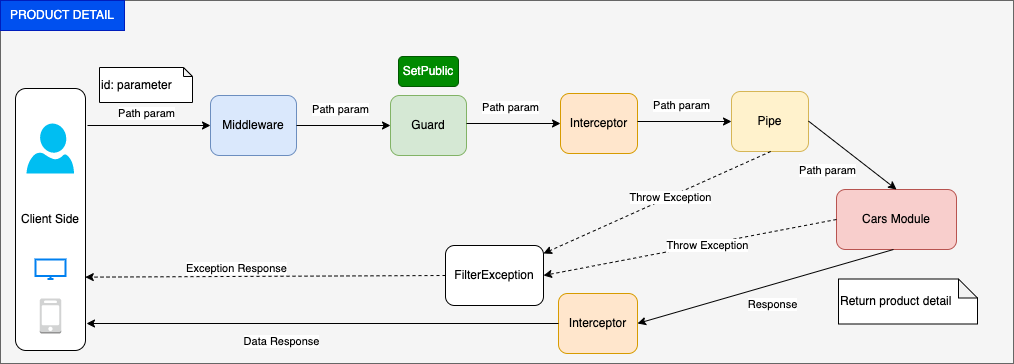
This is ProductDetail.drawio.png from vnbrew/quynd-car-rent-nestjs, a draw.io export, as it was before one commit. Source tidied: cells renumbered, new cells last; positions are measured from the earlier drawing's top-left corner, leaving out a move shared by most shapes. Source of this version:
```xml
<mxGraphModel shadow="1">
  <root>
    <mxCell id="0" />
    <mxCell id="1" parent="0" />
    <mxCell id="2" style="edgeStyle=none;html=1;exitX=0.5;exitY=1;exitDx=0;exitDy=0;entryX=0.5;entryY=0;entryDx=0;entryDy=0;rounded=1;strokeColor=#FF9999;" parent="1" edge="1">
      <mxGeometry relative="1" as="geometry">
        <mxPoint x="191" as="targetPoint" />
      </mxGeometry>
    </mxCell>
    <mxCell id="3" style="whiteSpace=wrap;html=1;align=center;newEdgeStyle={&quot;edgeStyle&quot;:&quot;elbowEdgeStyle&quot;,&quot;startArrow&quot;:&quot;none&quot;,&quot;endArrow&quot;:&quot;none&quot;};fillColor=#f5f5f5;fontColor=#333333;strokeColor=#666666;" parent="1" vertex="1">
      <mxGeometry y="1" width="1013" height="363" as="geometry" />
    </mxCell>
    <mxCell id="4" value="Client Side" style="rounded=1;whiteSpace=wrap;html=1;" parent="1" vertex="1">
      <mxGeometry x="15" y="89" width="70" height="262" as="geometry" />
    </mxCell>
    <mxCell id="5" value="Path param" style="endArrow=classic;html=1;rounded=0;entryX=0;entryY=0.5;entryDx=0;entryDy=0;" parent="1" edge="1" target="6">
      <mxGeometry x="-0.04" y="12" relative="1" as="geometry">
        <mxPoint x="87" y="126" as="sourcePoint" />
      </mxGeometry>
    </mxCell>
    <mxCell id="6" value="Middleware" style="rounded=1;whiteSpace=wrap;html=1;fillColor=#dae8fc;strokeColor=#6c8ebf;" parent="1" vertex="1">
      <mxGeometry x="210" y="96" width="86" height="60" as="geometry" />
    </mxCell>
    <mxCell id="7" value="Guard" style="rounded=1;whiteSpace=wrap;html=1;fillColor=#d5e8d4;strokeColor=#82b366;" parent="1" vertex="1">
      <mxGeometry x="390" y="96" width="76" height="60" as="geometry" />
    </mxCell>
    <mxCell id="8" value="Path param" style="endArrow=classic;html=1;rounded=0;exitX=1;exitY=0.5;exitDx=0;exitDy=0;entryX=0;entryY=0.5;entryDx=0;entryDy=0;" parent="1" edge="1" source="6" target="7">
      <mxGeometry x="-0.06" y="17" relative="1" as="geometry">
        <mxPoint y="1" as="offset" />
      </mxGeometry>
    </mxCell>
    <mxCell id="9" value="Interceptor" style="rounded=1;whiteSpace=wrap;html=1;fillColor=#ffe6cc;strokeColor=#d79b00;" parent="1" vertex="1">
      <mxGeometry x="560" y="94" width="77" height="60" as="geometry" />
    </mxCell>
    <mxCell id="10" value="Path param" style="endArrow=classic;html=1;rounded=0;exitX=1;exitY=0.5;exitDx=0;exitDy=0;entryX=0;entryY=0.5;entryDx=0;entryDy=0;" parent="1" edge="1" target="9">
      <mxGeometry x="-0.06" y="17" relative="1" as="geometry">
        <mxPoint x="466" y="124" as="sourcePoint" />
        <mxPoint y="1" as="offset" />
      </mxGeometry>
    </mxCell>
    <mxCell id="11" value="Pipe" style="rounded=1;whiteSpace=wrap;html=1;fillColor=#fff2cc;strokeColor=#d6b656;" parent="1" vertex="1">
      <mxGeometry x="731" y="92" width="77" height="60" as="geometry" />
    </mxCell>
    <mxCell id="12" value="Path param" style="endArrow=classic;html=1;rounded=0;exitX=1;exitY=0.5;exitDx=0;exitDy=0;entryX=0;entryY=0.5;entryDx=0;entryDy=0;" parent="1" edge="1" target="11">
      <mxGeometry x="-0.06" y="17" relative="1" as="geometry">
        <mxPoint x="637" y="122" as="sourcePoint" />
        <mxPoint y="1" as="offset" />
      </mxGeometry>
    </mxCell>
    <mxCell id="13" value="Cars Module" style="rounded=1;whiteSpace=wrap;html=1;fillColor=#f8cecc;strokeColor=#b85450;" parent="1" vertex="1">
      <mxGeometry x="836" y="190" width="120" height="60" as="geometry" />
    </mxCell>
    <mxCell id="14" value="Interceptor" style="rounded=1;whiteSpace=wrap;html=1;fillColor=#ffe6cc;strokeColor=#d79b00;" parent="1" vertex="1">
      <mxGeometry x="558" y="294" width="79" height="60" as="geometry" />
    </mxCell>
    <mxCell id="15" value="Path param" style="endArrow=classic;html=1;rounded=0;exitX=1;exitY=0.5;exitDx=0;exitDy=0;entryX=0.5;entryY=0;entryDx=0;entryDy=0;" parent="1" edge="1" target="13">
      <mxGeometry x="-0.19" y="-27" relative="1" as="geometry">
        <mxPoint x="808" y="121.6" as="sourcePoint" />
      </mxGeometry>
    </mxCell>
    <mxCell id="16" value="Response" style="endArrow=classic;html=1;rounded=0;exitX=1;exitY=0.5;exitDx=0;exitDy=0;entryX=1;entryY=0.5;entryDx=0;entryDy=0;" parent="1" edge="1" target="14">
      <mxGeometry x="-0.02" y="19" relative="1" as="geometry">
        <mxPoint x="893" y="250" as="sourcePoint" />
      </mxGeometry>
    </mxCell>
    <mxCell id="17" value="FilterException" style="rounded=1;whiteSpace=wrap;html=1;" parent="1" vertex="1">
      <mxGeometry x="445" y="246" width="98" height="60" as="geometry" />
    </mxCell>
    <mxCell id="18" value="Data Response" style="endArrow=classic;html=1;rounded=0;exitX=0;exitY=0.5;exitDx=0;exitDy=0;" parent="1" edge="1" source="14">
      <mxGeometry x="0.17" y="18" relative="1" as="geometry">
        <mxPoint x="86" y="324" as="targetPoint" />
      </mxGeometry>
    </mxCell>
    <mxCell id="19" value="Exception Response" style="endArrow=classic;html=1;rounded=0;dashed=1;exitX=0;exitY=0.5;exitDx=0;exitDy=0;entryX=0.997;entryY=0.72;entryDx=0;entryDy=0;entryPerimeter=0;" parent="1" edge="1" source="17" target="4">
      <mxGeometry x="0.16" y="-8" relative="1" as="geometry" />
    </mxCell>
    <mxCell id="20" value="Throw Exception" style="endArrow=classic;html=1;rounded=0;dashed=1;exitX=0.5;exitY=1;exitDx=0;exitDy=0;" parent="1" edge="1" target="17">
      <mxGeometry x="-0.11" y="1" relative="1" as="geometry">
        <mxPoint x="770.2" y="152" as="sourcePoint" />
      </mxGeometry>
    </mxCell>
    <mxCell id="21" value="Throw Exception" style="endArrow=classic;html=1;rounded=0;dashed=1;exitX=0;exitY=0.5;exitDx=0;exitDy=0;entryX=1;entryY=0.5;entryDx=0;entryDy=0;" parent="1" edge="1" source="13" target="17">
      <mxGeometry x="-0.11" y="1" relative="1" as="geometry" />
    </mxCell>
    <mxCell id="22" style="verticalLabelPosition=bottom;html=1;verticalAlign=top;align=center;strokeColor=none;fillColor=#00BEF2;shape=mxgraph.azure.user;" parent="1" vertex="1">
      <mxGeometry x="26" y="124" width="47.5" height="50" as="geometry" />
    </mxCell>
    <mxCell id="23" style="html=1;verticalLabelPosition=bottom;align=center;labelBackgroundColor=#ffffff;verticalAlign=top;strokeWidth=2;strokeColor=#0080F0;shadow=0;dashed=0;shape=mxgraph.ios7.icons.monitor;" parent="1" vertex="1">
      <mxGeometry x="35" y="260" width="30" height="19.5" as="geometry" />
    </mxCell>
    <mxCell id="24" style="dashed=0;verticalLabelPosition=bottom;verticalAlign=top;align=center;html=1;shape=mxgraph.aws3.mobile_client;fillColor=#D2D3D3;gradientColor=none;" parent="1" vertex="1">
      <mxGeometry x="39.2" y="299" width="21.5" height="35" as="geometry" />
    </mxCell>
    <mxCell id="25" value="SetPublic" style="text;html=1;align=center;verticalAlign=middle;whiteSpace=wrap;rounded=1;fillColor=#008a00;fontColor=#ffffff;strokeColor=#005700;" parent="1" vertex="1">
      <mxGeometry x="398" y="57" width="60" height="30" as="geometry" />
    </mxCell>
    <mxCell id="26" value="PRODUCT DETAIL" style="text;html=1;strokeColor=#001DBC;fillColor=#0050ef;align=center;verticalAlign=middle;whiteSpace=wrap;rounded=0;fontColor=#ffffff;" parent="1" vertex="1">
      <mxGeometry y="1" width="124" height="30" as="geometry" />
    </mxCell>
    <mxCell id="27" value="Return product detail" style="shape=note;whiteSpace=wrap;html=1;backgroundOutline=1;darkOpacity=0.05;align=left;size=19;" parent="1" vertex="1">
      <mxGeometry x="838" y="279.5" width="139" height="45" as="geometry" />
    </mxCell>
    <mxCell id="28" value="id: parameter" style="shape=note;whiteSpace=wrap;html=1;backgroundOutline=1;darkOpacity=0.05;align=left;size=9;" parent="1" vertex="1">
      <mxGeometry x="99" y="68" width="93" height="35" as="geometry" />
    </mxCell>
  </root>
</mxGraphModel>
```
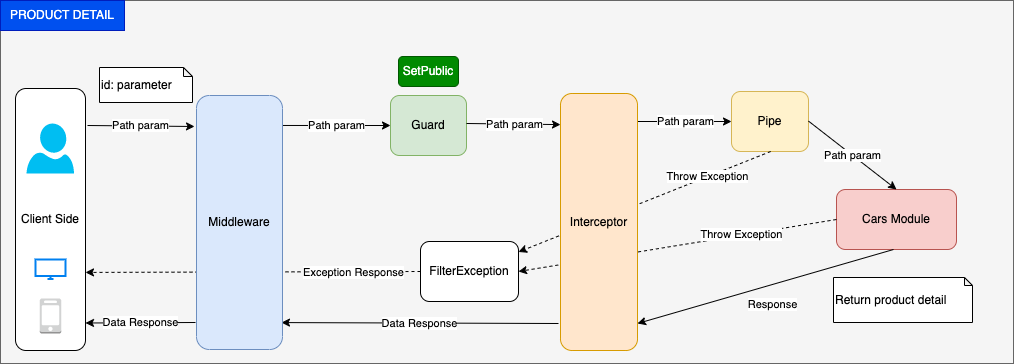
After the change.

The edit, as a diff of the source:
```diff
@@ -13,74 +13,62 @@
     <mxCell id="4" value="Client Side" style="rounded=1;whiteSpace=wrap;html=1;" parent="1" vertex="1">
       <mxGeometry x="15" y="89" width="70" height="262" as="geometry" />
     </mxCell>
-    <mxCell id="5" value="Path param" style="endArrow=classic;html=1;rounded=0;entryX=0;entryY=0.5;entryDx=0;entryDy=0;" parent="1" edge="1" target="6">
-      <mxGeometry x="-0.04" y="12" relative="1" as="geometry">
+    <mxCell id="5" value="Path param" style="endArrow=classic;html=1;rounded=0;entryX=-0.023;entryY=0.122;entryDx=0;entryDy=0;entryPerimeter=0;" parent="1" edge="1" target="6">
+      <mxGeometry x="-0.01" relative="1" as="geometry">
         <mxPoint x="87" y="126" as="sourcePoint" />
       </mxGeometry>
     </mxCell>
-    <mxCell id="6" value="Middleware" style="rounded=1;whiteSpace=wrap;html=1;fillColor=#dae8fc;strokeColor=#6c8ebf;" parent="1" vertex="1">
-      <mxGeometry x="210" y="96" width="86" height="60" as="geometry" />
-    </mxCell>
     <mxCell id="7" value="Guard" style="rounded=1;whiteSpace=wrap;html=1;fillColor=#d5e8d4;strokeColor=#82b366;" parent="1" vertex="1">
       <mxGeometry x="390" y="96" width="76" height="60" as="geometry" />
     </mxCell>
-    <mxCell id="8" value="Path param" style="endArrow=classic;html=1;rounded=0;exitX=1;exitY=0.5;exitDx=0;exitDy=0;entryX=0;entryY=0.5;entryDx=0;entryDy=0;" parent="1" edge="1" source="6" target="7">
-      <mxGeometry x="-0.06" y="17" relative="1" as="geometry">
-        <mxPoint y="1" as="offset" />
-      </mxGeometry>
+    <mxCell id="8" value="Path param" style="endArrow=classic;html=1;rounded=0;entryX=0;entryY=0.5;entryDx=0;entryDy=0;exitX=0.988;exitY=0.118;exitDx=0;exitDy=0;exitPerimeter=0;" parent="1" edge="1" source="6" target="7">
+      <mxGeometry relative="1" as="geometry" />
     </mxCell>
-    <mxCell id="9" value="Interceptor" style="rounded=1;whiteSpace=wrap;html=1;fillColor=#ffe6cc;strokeColor=#d79b00;" parent="1" vertex="1">
-      <mxGeometry x="560" y="94" width="77" height="60" as="geometry" />
-    </mxCell>
-    <mxCell id="10" value="Path param" style="endArrow=classic;html=1;rounded=0;exitX=1;exitY=0.5;exitDx=0;exitDy=0;entryX=0;entryY=0.5;entryDx=0;entryDy=0;" parent="1" edge="1" target="9">
-      <mxGeometry x="-0.06" y="17" relative="1" as="geometry">
+    <mxCell id="10" value="Path param" style="endArrow=classic;html=1;rounded=0;exitX=1;exitY=0.5;exitDx=0;exitDy=0;entryX=0;entryY=0.121;entryDx=0;entryDy=0;entryPerimeter=0;" parent="1" edge="1" target="9">
+      <mxGeometry x="0.02" relative="1" as="geometry">
         <mxPoint x="466" y="124" as="sourcePoint" />
-        <mxPoint y="1" as="offset" />
       </mxGeometry>
     </mxCell>
     <mxCell id="11" value="Pipe" style="rounded=1;whiteSpace=wrap;html=1;fillColor=#fff2cc;strokeColor=#d6b656;" parent="1" vertex="1">
       <mxGeometry x="731" y="92" width="77" height="60" as="geometry" />
     </mxCell>
     <mxCell id="12" value="Path param" style="endArrow=classic;html=1;rounded=0;exitX=1;exitY=0.5;exitDx=0;exitDy=0;entryX=0;entryY=0.5;entryDx=0;entryDy=0;" parent="1" edge="1" target="11">
-      <mxGeometry x="-0.06" y="17" relative="1" as="geometry">
+      <mxGeometry x="0.02" relative="1" as="geometry">
         <mxPoint x="637" y="122" as="sourcePoint" />
-        <mxPoint y="1" as="offset" />
       </mxGeometry>
     </mxCell>
     <mxCell id="13" value="Cars Module" style="rounded=1;whiteSpace=wrap;html=1;fillColor=#f8cecc;strokeColor=#b85450;" parent="1" vertex="1">
       <mxGeometry x="836" y="190" width="120" height="60" as="geometry" />
     </mxCell>
-    <mxCell id="14" value="Interceptor" style="rounded=1;whiteSpace=wrap;html=1;fillColor=#ffe6cc;strokeColor=#d79b00;" parent="1" vertex="1">
-      <mxGeometry x="558" y="294" width="79" height="60" as="geometry" />
-    </mxCell>
     <mxCell id="15" value="Path param" style="endArrow=classic;html=1;rounded=0;exitX=1;exitY=0.5;exitDx=0;exitDy=0;entryX=0.5;entryY=0;entryDx=0;entryDy=0;" parent="1" edge="1" target="13">
-      <mxGeometry x="-0.19" y="-27" relative="1" as="geometry">
+      <mxGeometry relative="1" as="geometry">
         <mxPoint x="808" y="121.6" as="sourcePoint" />
       </mxGeometry>
     </mxCell>
-    <mxCell id="16" value="Response" style="endArrow=classic;html=1;rounded=0;exitX=1;exitY=0.5;exitDx=0;exitDy=0;entryX=1;entryY=0.5;entryDx=0;entryDy=0;" parent="1" edge="1" target="14">
+    <mxCell id="16" value="Response" style="endArrow=classic;html=1;rounded=0;exitX=1;exitY=0.5;exitDx=0;exitDy=0;entryX=1;entryY=0.5;entryDx=0;entryDy=0;" parent="1" edge="1">
       <mxGeometry x="-0.02" y="19" relative="1" as="geometry">
         <mxPoint x="893" y="250" as="sourcePoint" />
+        <mxPoint x="637" y="324" as="targetPoint" />
       </mxGeometry>
     </mxCell>
     <mxCell id="17" value="FilterException" style="rounded=1;whiteSpace=wrap;html=1;" parent="1" vertex="1">
-      <mxGeometry x="445" y="246" width="98" height="60" as="geometry" />
+      <mxGeometry x="420" y="242" width="98" height="60" as="geometry" />
     </mxCell>
-    <mxCell id="18" value="Data Response" style="endArrow=classic;html=1;rounded=0;exitX=0;exitY=0.5;exitDx=0;exitDy=0;" parent="1" edge="1" source="14">
-      <mxGeometry x="0.17" y="18" relative="1" as="geometry">
-        <mxPoint x="86" y="324" as="targetPoint" />
+    <mxCell id="18" value="Data Response" style="endArrow=classic;html=1;rounded=0;exitX=0;exitY=0.5;exitDx=0;exitDy=0;entryX=0.988;entryY=0.894;entryDx=0;entryDy=0;entryPerimeter=0;" parent="1" edge="1" target="6">
+      <mxGeometry relative="1" as="geometry">
+        <mxPoint x="558" y="324" as="sourcePoint" />
       </mxGeometry>
     </mxCell>
-    <mxCell id="19" value="Exception Response" style="endArrow=classic;html=1;rounded=0;dashed=1;exitX=0;exitY=0.5;exitDx=0;exitDy=0;entryX=0.997;entryY=0.72;entryDx=0;entryDy=0;entryPerimeter=0;" parent="1" edge="1" source="17" target="4">
-      <mxGeometry x="0.16" y="-8" relative="1" as="geometry" />
+    <mxCell id="19" value="Exception Response" style="endArrow=classic;html=1;rounded=0;dashed=1;exitX=0;exitY=0.5;exitDx=0;exitDy=0;entryX=1;entryY=0.702;entryDx=0;entryDy=0;entryPerimeter=0;" parent="1" edge="1" source="17" target="4">
+      <mxGeometry x="-0.6" y="1" relative="1" as="geometry" />
     </mxCell>
     <mxCell id="20" value="Throw Exception" style="endArrow=classic;html=1;rounded=0;dashed=1;exitX=0.5;exitY=1;exitDx=0;exitDy=0;" parent="1" edge="1" target="17">
-      <mxGeometry x="-0.11" y="1" relative="1" as="geometry">
+      <mxGeometry x="-0.5" relative="1" as="geometry">
         <mxPoint x="770.2" y="152" as="sourcePoint" />
       </mxGeometry>
     </mxCell>
     <mxCell id="21" value="Throw Exception" style="endArrow=classic;html=1;rounded=0;dashed=1;exitX=0;exitY=0.5;exitDx=0;exitDy=0;entryX=1;entryY=0.5;entryDx=0;entryDy=0;" parent="1" edge="1" source="13" target="17">
-      <mxGeometry x="-0.11" y="1" relative="1" as="geometry" />
+      <mxGeometry x="-0.41" y="-1" relative="1" as="geometry" />
     </mxCell>
     <mxCell id="22" style="verticalLabelPosition=bottom;html=1;verticalAlign=top;align=center;strokeColor=none;fillColor=#00BEF2;shape=mxgraph.azure.user;" parent="1" vertex="1">
       <mxGeometry x="26" y="124" width="47.5" height="50" as="geometry" />
@@ -97,11 +85,23 @@
     <mxCell id="26" value="PRODUCT DETAIL" style="text;html=1;strokeColor=#001DBC;fillColor=#0050ef;align=center;verticalAlign=middle;whiteSpace=wrap;rounded=0;fontColor=#ffffff;" parent="1" vertex="1">
       <mxGeometry y="1" width="124" height="30" as="geometry" />
     </mxCell>
-    <mxCell id="27" value="Return product detail" style="shape=note;whiteSpace=wrap;html=1;backgroundOutline=1;darkOpacity=0.05;align=left;size=19;" parent="1" vertex="1">
-      <mxGeometry x="838" y="279.5" width="139" height="45" as="geometry" />
+    <mxCell id="27" value="Return product detail" style="shape=note;whiteSpace=wrap;html=1;backgroundOutline=1;darkOpacity=0.05;align=left;size=8;" parent="1" vertex="1">
+      <mxGeometry x="833" y="278" width="139" height="45" as="geometry" />
     </mxCell>
     <mxCell id="28" value="id: parameter" style="shape=note;whiteSpace=wrap;html=1;backgroundOutline=1;darkOpacity=0.05;align=left;size=9;" parent="1" vertex="1">
       <mxGeometry x="99" y="68" width="93" height="35" as="geometry" />
     </mxCell>
+    <mxCell id="6" value="Middleware" style="rounded=1;whiteSpace=wrap;html=1;fillColor=#dae8fc;strokeColor=#6c8ebf;" parent="1" vertex="1">
+      <mxGeometry x="196" y="96" width="86" height="254" as="geometry" />
+    </mxCell>
+    <mxCell id="29" value="Data Response" style="endArrow=classic;html=1;rounded=0;entryX=0.988;entryY=0.894;entryDx=0;entryDy=0;entryPerimeter=0;" parent="1" edge="1">
+      <mxGeometry relative="1" as="geometry">
+        <mxPoint x="195" y="323" as="sourcePoint" />
+        <mxPoint x="85" y="323.5" as="targetPoint" />
+      </mxGeometry>
+    </mxCell>
+    <mxCell id="9" value="Interceptor" style="rounded=1;whiteSpace=wrap;html=1;fillColor=#ffe6cc;strokeColor=#d79b00;" parent="1" vertex="1">
+      <mxGeometry x="560" y="94" width="77" height="257" as="geometry" />
+    </mxCell>
   </root>
 </mxGraphModel>
```
